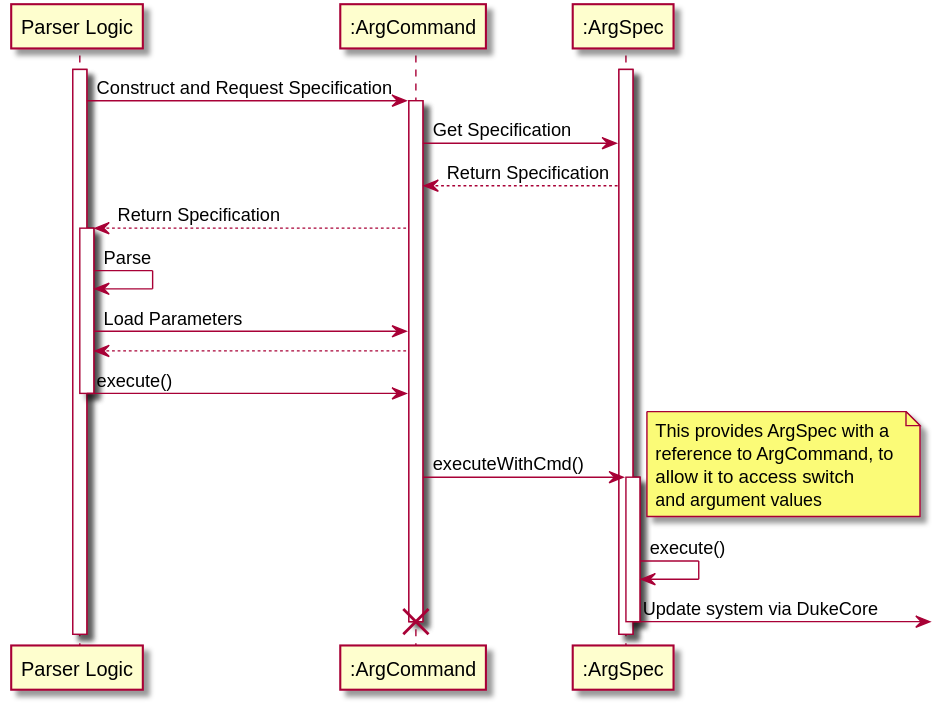
The PlantUML diagram docs/images/plantuml/argcommand.svg in nusCS2113-AY1920S1/PersonalAssistant-Duke, before a commit.
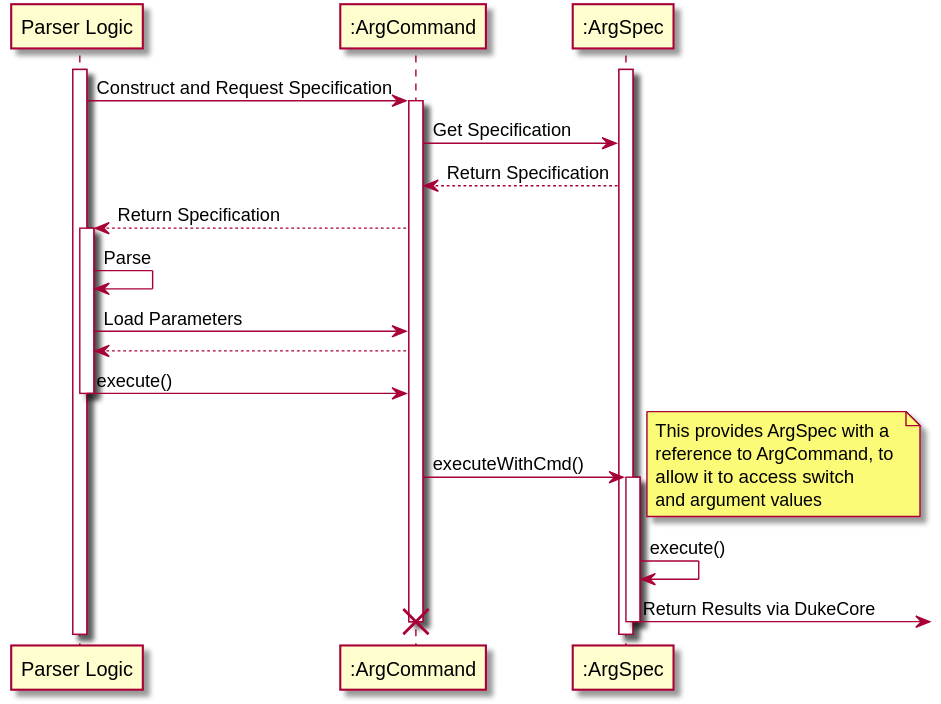
After the commit.

Commit message:
Complete sequence diagrams

What changed in the source:
```diff
@@ -28,7 +28,7 @@
 end note
 activate ":ArgSpec"
 ":ArgSpec" -> ":ArgSpec" : execute()
-":ArgSpec" ->] : Update system via DukeCore
+":ArgSpec" ->] : Return Results via DukeCore
 deactivate ":ArgSpec"
 destroy ":ArgCommand"
 @enduml
```
